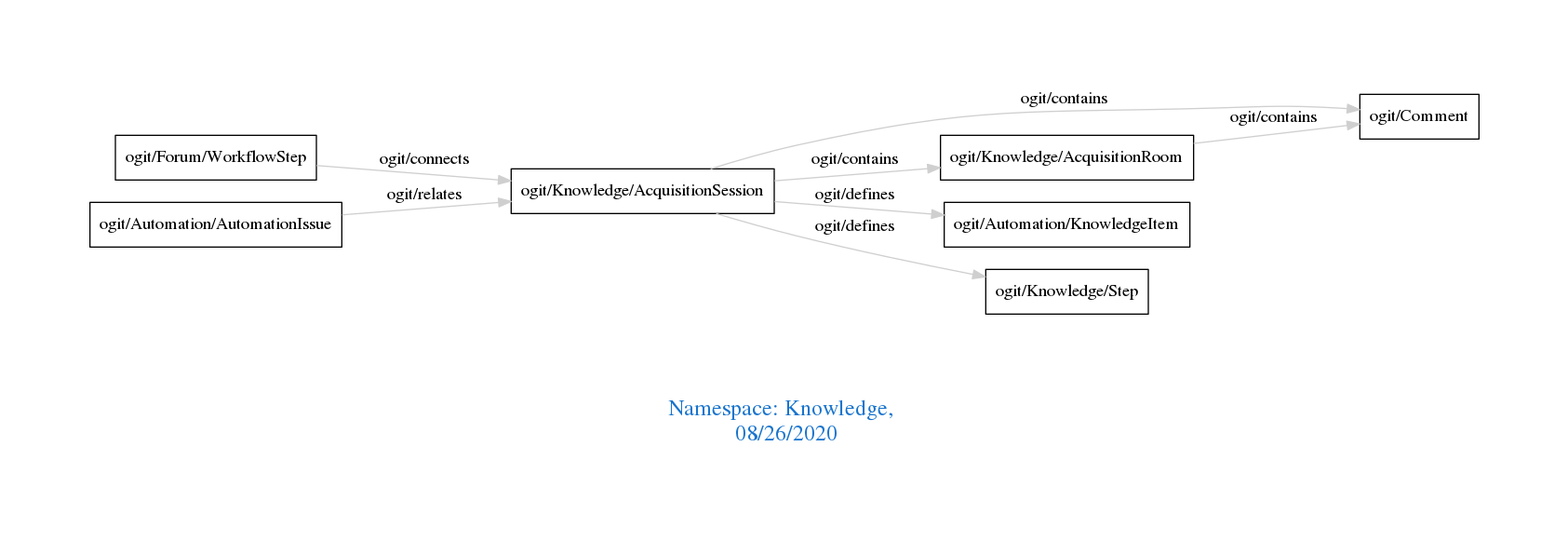
Before: downloads/Knowledge.png, a diagram exported from Graphviz (arago/OGIT). Its source is kept beside it as downloads/Knowledge.dot.
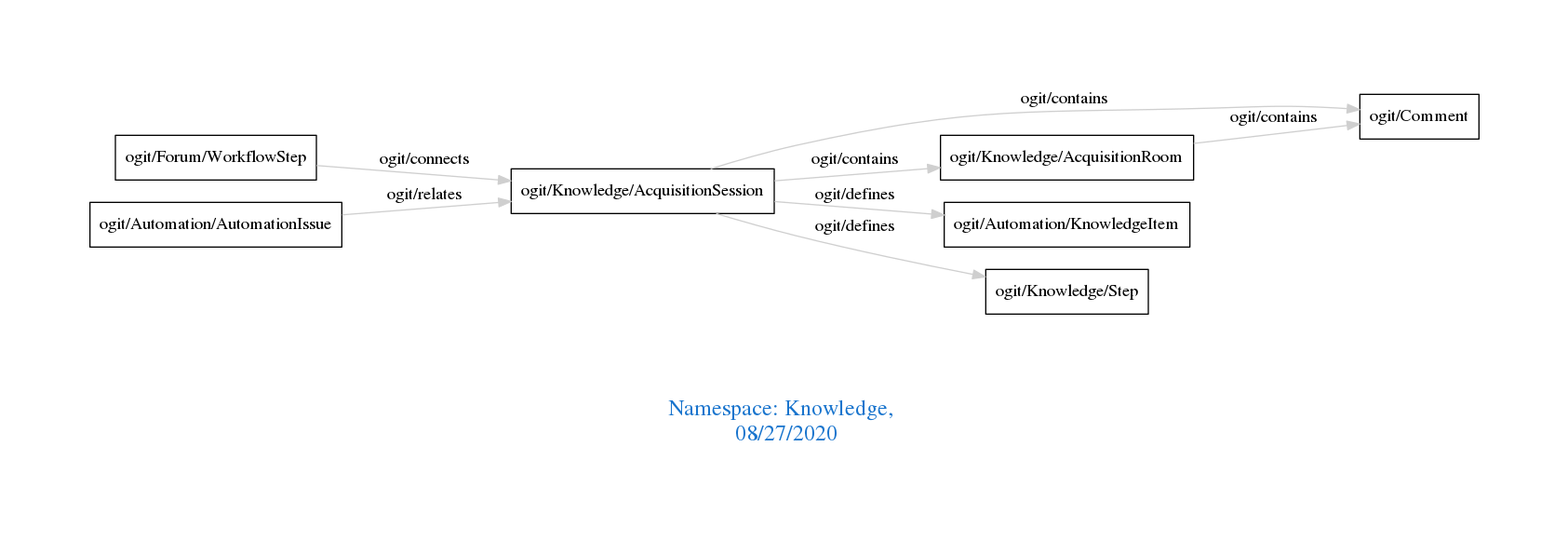
Above is the later version.

The edit, as a diff of the source:
```diff
@@ -1,7 +1,7 @@
 digraph OGIT_ontology {
  graph [ rankdir= LR,pad=1
 fontsize = 18,
-fontcolor= dodgerblue3,label = "\n\n\nNamespace: Knowledge, \n 08/26/2020"];
+fontcolor= dodgerblue3,label = "\n\n\nNamespace: Knowledge, \n 08/27/2020"];
 node[shape=polygon];
 edge [  color="gray81"];
 
```
